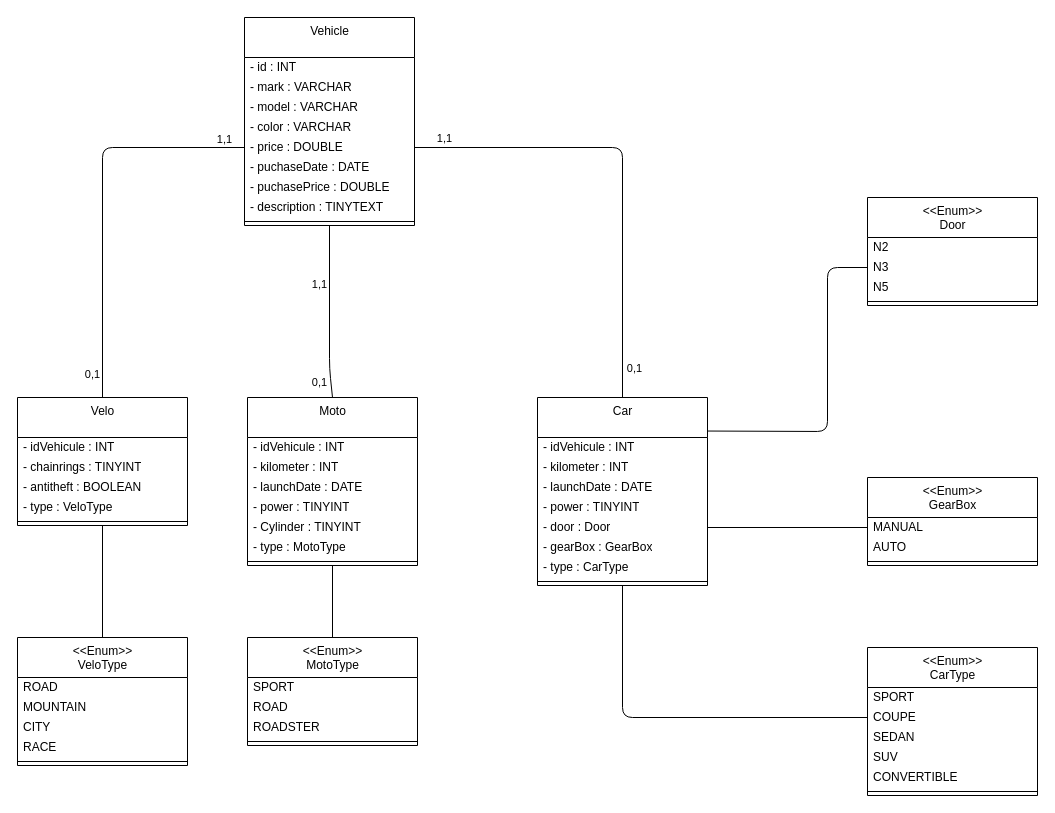
The draw.io diagram configurateur-de-vehicule/conception/modele-de-donnees.drawio in Roland-Foucher/configurateur-de-vehicule, before the edit. Source tidied: cells renumbered, new cells numbered last; positions are measured from the earlier drawing's top-left corner, leaving out a move shared by most shapes. Both pictures are drawn from the tidied source at 100%, with x=0, y=0 at pixel (17, 17).
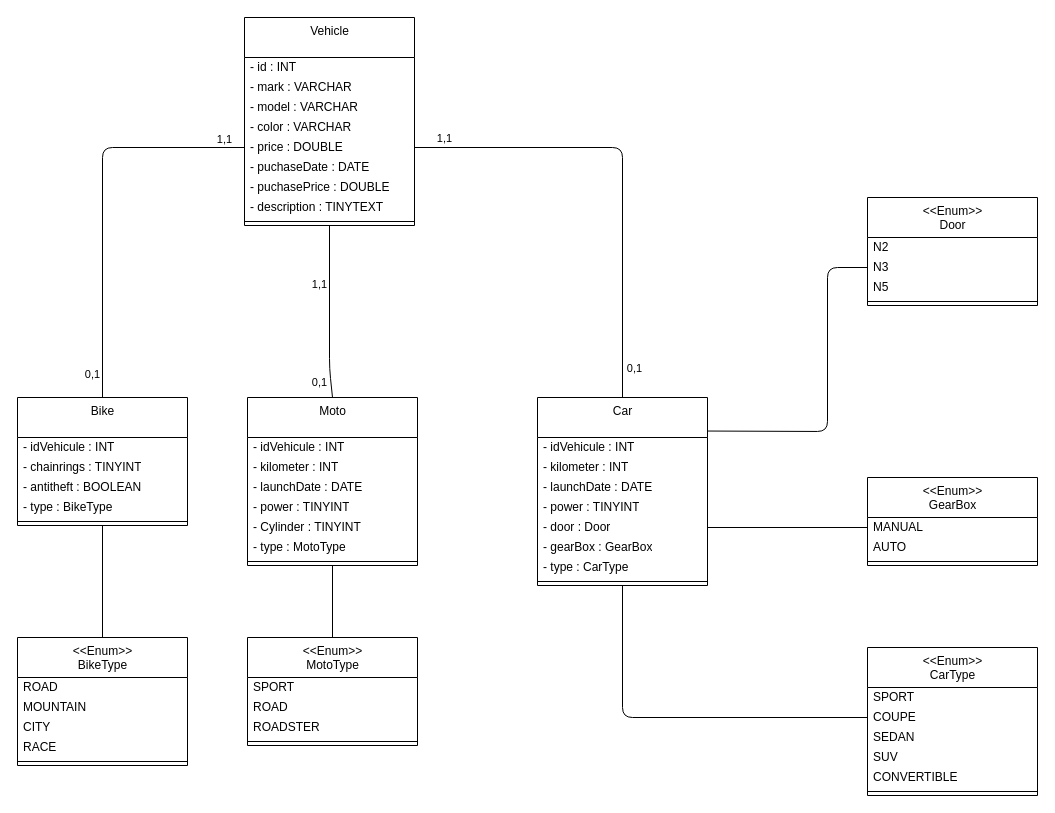
The same page after the edit.

Change to the diagram source:
```diff
@@
-    <mxCell id="39" value="Velo" style="swimlane;fontStyle=0;align=center;verticalAlign=top;horizontal=1;startSize=40;html=1;" parent="1" vertex="1">
+    <mxCell id="39" value="Bike" style="swimlane;fontStyle=0;align=center;verticalAlign=top;horizontal=1;startSize=40;html=1;" parent="1" vertex="1">
       <mxGeometry y="380" width="170" height="128" as="geometry" />
     </mxCell>
@@
-    <mxCell id="43" value="- type : VeloType" style="text;html=1;strokeColor=none;fillColor=none;align=left;verticalAlign=middle;spacingLeft=4;spacingRight=4;overflow=hidden;" parent="39" vertex="1">
+    <mxCell id="43" value="- type : BikeType" style="text;html=1;strokeColor=none;fillColor=none;align=left;verticalAlign=middle;spacingLeft=4;spacingRight=4;overflow=hidden;" parent="39" vertex="1">
       <mxGeometry y="100" width="170" height="20" as="geometry" />
     </mxCell>
@@
-    <mxCell id="70" value="&amp;lt;&amp;lt;Enum&amp;gt;&amp;gt;&lt;br&gt;VeloType" style="swimlane;fontStyle=0;align=center;verticalAlign=top;horizontal=1;startSize=40;html=1;" parent="1" vertex="1">
+    <mxCell id="70" value="&amp;lt;&amp;lt;Enum&amp;gt;&amp;gt;&lt;br&gt;BikeType" style="swimlane;fontStyle=0;align=center;verticalAlign=top;horizontal=1;startSize=40;html=1;" parent="1" vertex="1">
       <mxGeometry y="620" width="170" height="128" as="geometry" />
     </mxCell>
```
